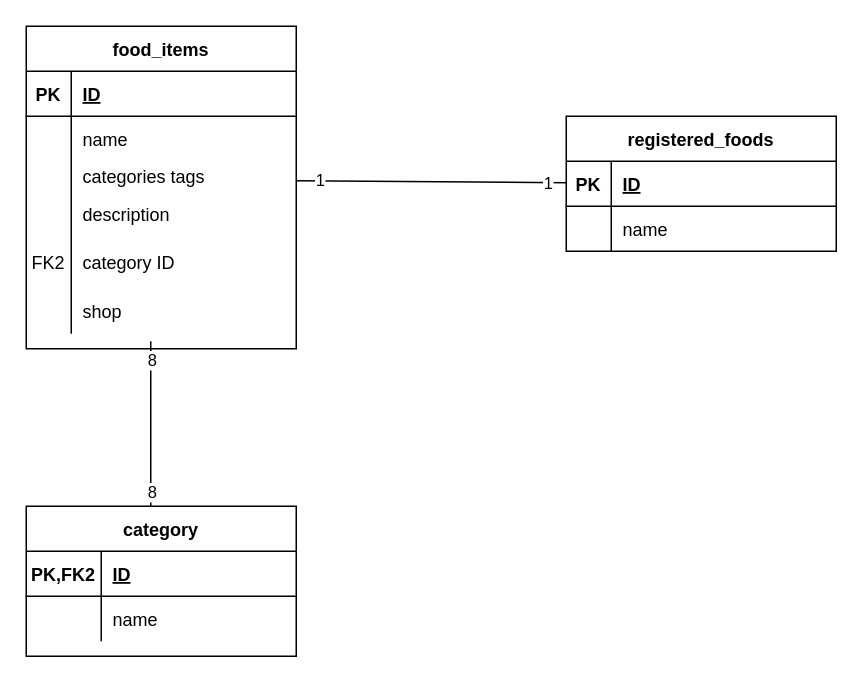
This is page "Page-10" (10 of 11) of diagrammes réunis.drawio from robindauteuil/Diagramme_UML, a draw.io file, before an edit. Source tidied: cells renumbered, new cells numbered last; positions are measured from the earlier drawing's top-left corner, leaving out a move shared by most shapes. Both pictures are drawn from the tidied source at 150%, with x=0, y=0 at pixel (26, 26).
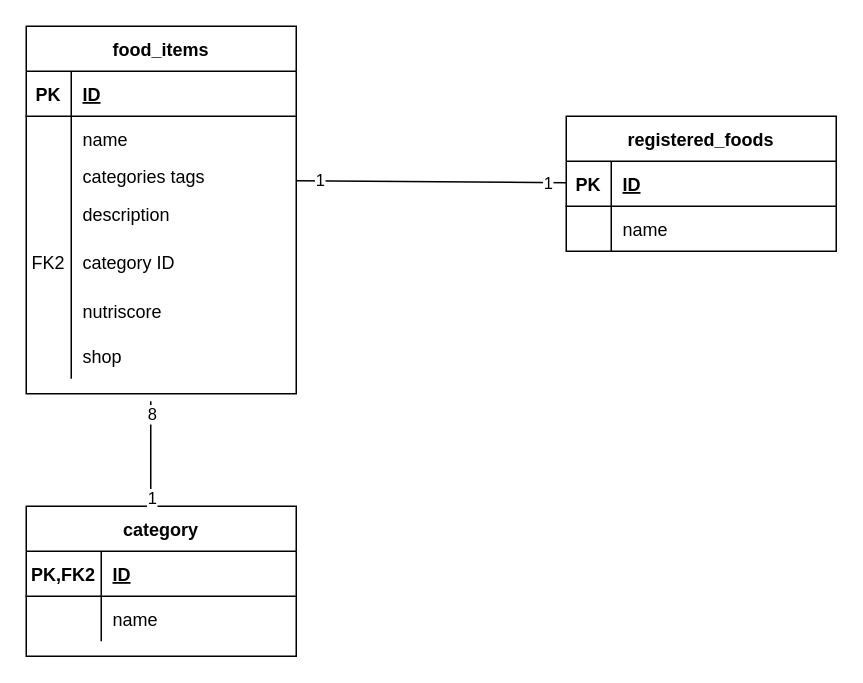
Above is the later version.

Diff of the diagram source:
```diff
@@
     <mxCell id="2" value="food_items" style="shape=table;startSize=30;childLayout=tableLayout;rowLines=0;fontStyle=1;align=center;" parent="1" vertex="1">
-      <mxGeometry width="180" height="215" as="geometry" />
+      <mxGeometry width="180" height="245" as="geometry" />
     </mxCell>
@@
+    <mxCell id="41" style="shape=partialRectangle;fillColor=none;top=0;left=0;bottom=0;right=0;" parent="2" vertex="1">
+      <mxGeometry y="175" width="180" height="30" as="geometry" />
+    </mxCell>
+    <mxCell id="42" style="shape=partialRectangle;fillColor=none;top=0;left=0;bottom=0;right=0;overflow=hidden;" parent="41" vertex="1">
+      <mxGeometry width="30" height="30" as="geometry" />
+    </mxCell>
+    <mxCell id="43" value="nutriscore" style="shape=partialRectangle;fillColor=none;top=0;left=0;bottom=0;right=0;align=left;spacingLeft=6;overflow=hidden;" parent="41" vertex="1">
+      <mxGeometry x="30" width="150" height="30" as="geometry" />
+    </mxCell>
     <mxCell id="18" style="shape=partialRectangle;fillColor=none;top=0;left=0;bottom=0;right=0;" parent="2" vertex="1">
-      <mxGeometry y="175" width="180" height="30" as="geometry" />
+      <mxGeometry y="205" width="180" height="30" as="geometry" />
     </mxCell>
@@
     <mxCell id="38" style="endArrow=none;html=1;rounded=0;" parent="1" edge="1">
       <mxGeometry relative="1" as="geometry">
-        <mxPoint x="83" y="210" as="sourcePoint" />
+        <mxPoint x="83" y="250" as="sourcePoint" />
         <mxPoint x="83" y="320" as="targetPoint" />
       </mxGeometry>
     </mxCell>
-    <mxCell id="39" value="8" style="edgeLabel;html=1;align=center;verticalAlign=middle;" parent="38" vertex="1">
+    <mxCell id="39" value="1" style="edgeLabel;html=1;align=center;verticalAlign=middle;" parent="38" vertex="1">
       <mxGeometry x="0.82" relative="1" as="geometry" />
     </mxCell>
```
